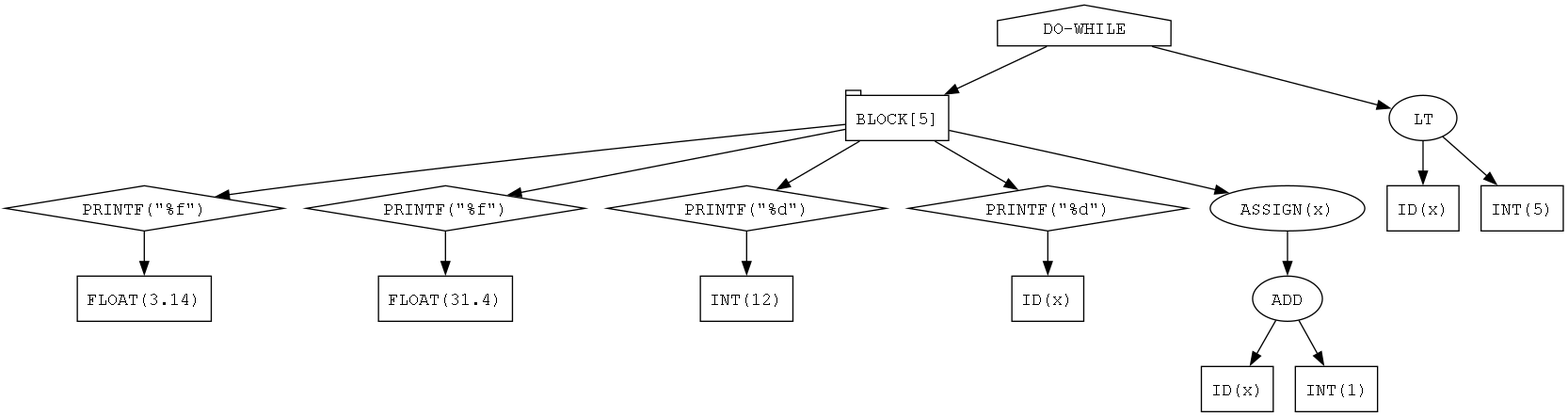
Earlier version of the Graphviz export ast.png (Aimisnotavailable/SimpleCCompiler). Its source is kept beside it as ast.dot.
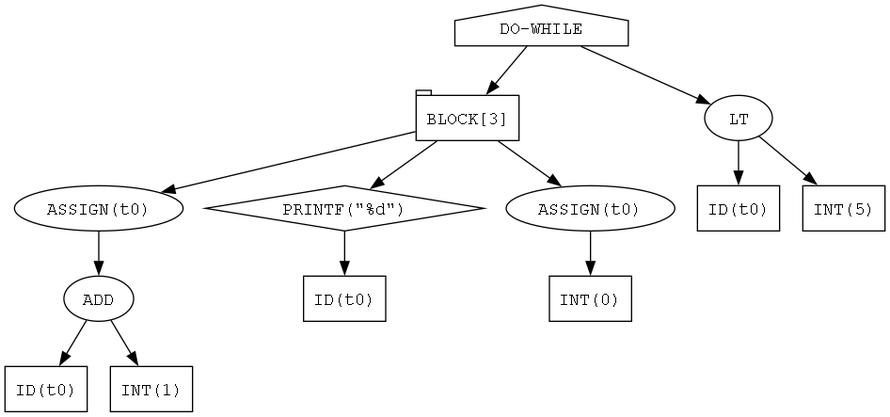
The same file after the commit.

The edit, as a diff of the source:
```diff
@@ -1,36 +1,28 @@
 digraph AST {
   node [fontname="Courier"];
   n0 [label="DO-WHILE", shape=house];
-  n1 [label="BLOCK[5]", shape=tab];
+  n1 [label="BLOCK[3]", shape=tab];
   n0 -> n1;
-  n2 [label="PRINTF(\"%f\")", shape=diamond];
+  n2 [label="ASSIGN(t0)", shape=ellipse];
   n1 -> n2;
-  n3 [label="FLOAT(3.14)", shape=box];
+  n3 [label="ADD", shape=ellipse];
   n2 -> n3;
-  n4 [label="PRINTF(\"%f\")", shape=diamond];
-  n1 -> n4;
-  n5 [label="FLOAT(31.4)", shape=box];
-  n4 -> n5;
+  n4 [label="ID(t0)", shape=box];
+  n3 -> n4;
+  n5 [label="INT(1)", shape=box];
+  n3 -> n5;
   n6 [label="PRINTF(\"%d\")", shape=diamond];
   n1 -> n6;
-  n7 [label="INT(12)", shape=box];
+  n7 [label="ID(t0)", shape=box];
   n6 -> n7;
-  n8 [label="PRINTF(\"%d\")", shape=diamond];
+  n8 [label="ASSIGN(t0)", shape=ellipse];
   n1 -> n8;
-  n9 [label="ID(x)", shape=box];
+  n9 [label="INT(0)", shape=box];
   n8 -> n9;
-  n10 [label="ASSIGN(x)", shape=ellipse];
-  n1 -> n10;
-  n11 [label="ADD", shape=ellipse];
+  n10 [label="LT", shape=ellipse];
+  n0 -> n10;
+  n11 [label="ID(t0)", shape=box];
   n10 -> n11;
-  n12 [label="ID(x)", shape=box];
-  n11 -> n12;
-  n13 [label="INT(1)", shape=box];
-  n11 -> n13;
-  n14 [label="LT", shape=ellipse];
-  n0 -> n14;
-  n15 [label="ID(x)", shape=box];
-  n14 -> n15;
-  n16 [label="INT(5)", shape=box];
-  n14 -> n16;
+  n12 [label="INT(5)", shape=box];
+  n10 -> n12;
 }
```
